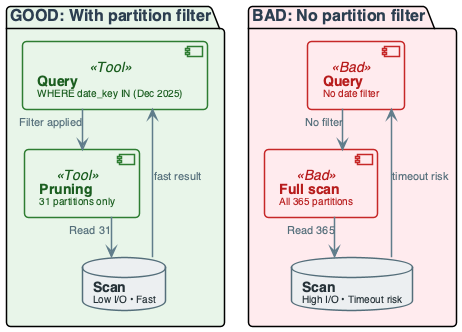
Earlier version of the PlantUML export diagrams/week05/week5_lecture_slide38_failure_partition.png (OrPerets/data-engineering-course). The source it was exported from:
```plantuml
@startuml

top to bottom direction
skinparam linetype ortho
skinparam shadowing false
skinparam roundcorner 8
skinparam handwritten false
skinparam nodesep 60
skinparam ranksep 40

skinparam defaultFontName "Segoe UI, Helvetica, sans-serif"
skinparam defaultFontSize 16
skinparam defaultFontColor #2C3E50

skinparam rectangle {
    BackgroundColor #F8F9FA
    BorderColor #90A4AE
    BorderThickness 2
    FontColor #263238
    FontSize 14
    FontStyle bold
    Padding 20
}

skinparam component {
    BackgroundColor #FFFFFF
    BorderColor #78909C
    BorderThickness 1.5
    FontSize 14
    Padding 12
}

skinparam database {
    BackgroundColor #ECEFF1
    BorderColor #546E7A
    BorderThickness 1.5
    FontSize 14
    FontColor #263238
}

skinparam arrow {
    Color #607D8B
    Thickness 1.5
    FontSize 11
    FontColor #546E7A
}

skinparam component<<UI>> {
    BorderColor #8E24AA
    BackgroundColor #F3E5F5
    FontColor #4A148C
}

skinparam component<<Agent>> {
    BorderColor #0288D1
    BackgroundColor #E1F5FE
    FontColor #01579B
}

skinparam component<<Tool>> {
    BorderColor #2E7D32
    BackgroundColor #E8F5E9
    FontColor #1B5E20
}

skinparam component<<Config>> {
    BorderColor #F57C00
    BackgroundColor #FFF3E0
    FontColor #E65100
}

skinparam component<<Bad>> {
    BorderColor #C62828
    BackgroundColor #FFEBEE
    FontColor #B71C1C
}

skinparam component<<V1>> {
    BorderColor #F57C00
    BackgroundColor #FFF3E0
    FontColor #E65100
}

skinparam component<<V2>> {
    BorderColor #2E7D32
    BackgroundColor #E8F5E9
    FontColor #1B5E20
}

skinparam component<<up>> {
    BackgroundColor #E8F5E9
    BorderColor #2E7D32
}

skinparam component<<down>> {
    BackgroundColor #FFEBEE
    BorderColor #C62828
}

skinparam database<<up>> {
    BackgroundColor #E8F5E9
    BorderColor #2E7D32
}

skinparam database<<down>> {
    BackgroundColor #FFEBEE
    BorderColor #C62828
}

skinparam component<<success>> {
    BackgroundColor #E8F5E9
    BorderColor #2E7D32
}

skinparam component<<failure>> {
    BackgroundColor #FFEBEE
    BorderColor #C62828
}


package "GOOD: With partition filter" #E8F5E9 {
    component "**Query**\n<size:10>WHERE date_key IN (Dec 2025)</size>" as Q1 <<Tool>>
    component "**Pruning**\n<size:10>31 partitions only</size>" as PRUNE1 <<Tool>>
    database "**Scan**\n<size:10>Low I/O • Fast</size>" as S1
}

package "BAD: No partition filter" #FFEBEE {
    component "**Query**\n<size:10>No date filter</size>" as Q2 <<Bad>>
    component "**Full scan**\n<size:10>All 365 partitions</size>" as FULL <<Bad>>
    database "**Scan**\n<size:10>High I/O • Timeout risk</size>" as S2
}

Q1 --> PRUNE1 : "Filter applied"
PRUNE1 --> S1 : "Read 31"

Q2 --> FULL : "No filter"
FULL --> S2 : "Read 365"
S1 --> Q1 : "fast result"
S2 --> Q2 : "timeout risk"

@enduml
```
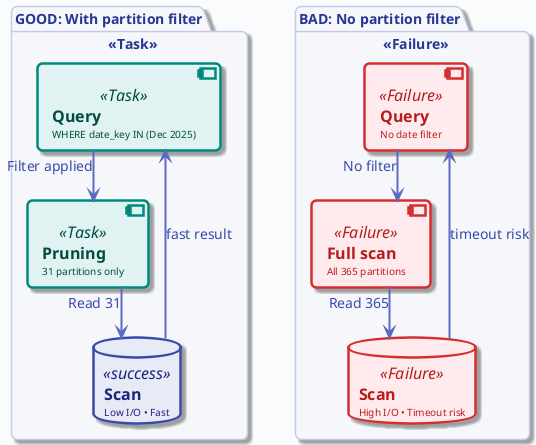
After the change.

Diff of the diagram source:
```diff
@@ -1,133 +1,19 @@
 @startuml
 
+!include ../_template_styles.puml
+
 top to bottom direction
-skinparam linetype ortho
-skinparam shadowing false
-skinparam roundcorner 8
-skinparam handwritten false
-skinparam nodesep 60
-skinparam ranksep 40
 
-skinparam defaultFontName "Segoe UI, Helvetica, sans-serif"
-skinparam defaultFontSize 16
-skinparam defaultFontColor #2C3E50
-
-skinparam rectangle {
-    BackgroundColor #F8F9FA
-    BorderColor #90A4AE
-    BorderThickness 2
-    FontColor #263238
-    FontSize 14
-    FontStyle bold
-    Padding 20
+package "GOOD: With partition filter" <<Task>> {
+    component "**Query**\n<size:10>WHERE date_key IN (Dec 2025)</size>" as Q1 <<Task>>
+    component "**Pruning**\n<size:10>31 partitions only</size>" as PRUNE1 <<Task>>
+    database "**Scan**\n<size:10>Low I/O • Fast</size>" as S1 <<success>>
 }
 
-skinparam component {
-    BackgroundColor #FFFFFF
-    BorderColor #78909C
-    BorderThickness 1.5
-    FontSize 14
-    Padding 12
-}
-
-skinparam database {
-    BackgroundColor #ECEFF1
-    BorderColor #546E7A
-    BorderThickness 1.5
-    FontSize 14
-    FontColor #263238
-}
-
-skinparam arrow {
-    Color #607D8B
-    Thickness 1.5
-    FontSize 11
-    FontColor #546E7A
-}
-
-skinparam component<<UI>> {
-    BorderColor #8E24AA
-    BackgroundColor #F3E5F5
-    FontColor #4A148C
-}
-
-skinparam component<<Agent>> {
-    BorderColor #0288D1
-    BackgroundColor #E1F5FE
-    FontColor #01579B
-}
-
-skinparam component<<Tool>> {
-    BorderColor #2E7D32
-    BackgroundColor #E8F5E9
-    FontColor #1B5E20
-}
-
-skinparam component<<Config>> {
-    BorderColor #F57C00
-    BackgroundColor #FFF3E0
-    FontColor #E65100
-}
-
-skinparam component<<Bad>> {
-    BorderColor #C62828
-    BackgroundColor #FFEBEE
-    FontColor #B71C1C
-}
-
-skinparam component<<V1>> {
-    BorderColor #F57C00
-    BackgroundColor #FFF3E0
-    FontColor #E65100
-}
-
-skinparam component<<V2>> {
-    BorderColor #2E7D32
-    BackgroundColor #E8F5E9
-    FontColor #1B5E20
-}
-
-skinparam component<<up>> {
-    BackgroundColor #E8F5E9
-    BorderColor #2E7D32
-}
-
-skinparam component<<down>> {
-    BackgroundColor #FFEBEE
-    BorderColor #C62828
-}
-
-skinparam database<<up>> {
-    BackgroundColor #E8F5E9
-    BorderColor #2E7D32
-}
-
-skinparam database<<down>> {
-    BackgroundColor #FFEBEE
-    BorderColor #C62828
-}
-
-skinparam component<<success>> {
-    BackgroundColor #E8F5E9
-    BorderColor #2E7D32
-}
-
-skinparam component<<failure>> {
-    BackgroundColor #FFEBEE
-    BorderColor #C62828
-}
-
-
-package "GOOD: With partition filter" #E8F5E9 {
-    component "**Query**\n<size:10>WHERE date_key IN (Dec 2025)</size>" as Q1 <<Tool>>
-    component "**Pruning**\n<size:10>31 partitions only</size>" as PRUNE1 <<Tool>>
-    database "**Scan**\n<size:10>Low I/O • Fast</size>" as S1
-}
-
-package "BAD: No partition filter" #FFEBEE {
-    component "**Query**\n<size:10>No date filter</size>" as Q2 <<Bad>>
-    component "**Full scan**\n<size:10>All 365 partitions</size>" as FULL <<Bad>>
-    database "**Scan**\n<size:10>High I/O • Timeout risk</size>" as S2
+package "BAD: No partition filter" <<Failure>> {
+    component "**Query**\n<size:10>No date filter</size>" as Q2 <<Failure>>
+    component "**Full scan**\n<size:10>All 365 partitions</size>" as FULL <<Failure>>
+    database "**Scan**\n<size:10>High I/O • Timeout risk</size>" as S2 <<Failure>>
 }
 
 Q1 --> PRUNE1 : "Filter applied"
```
